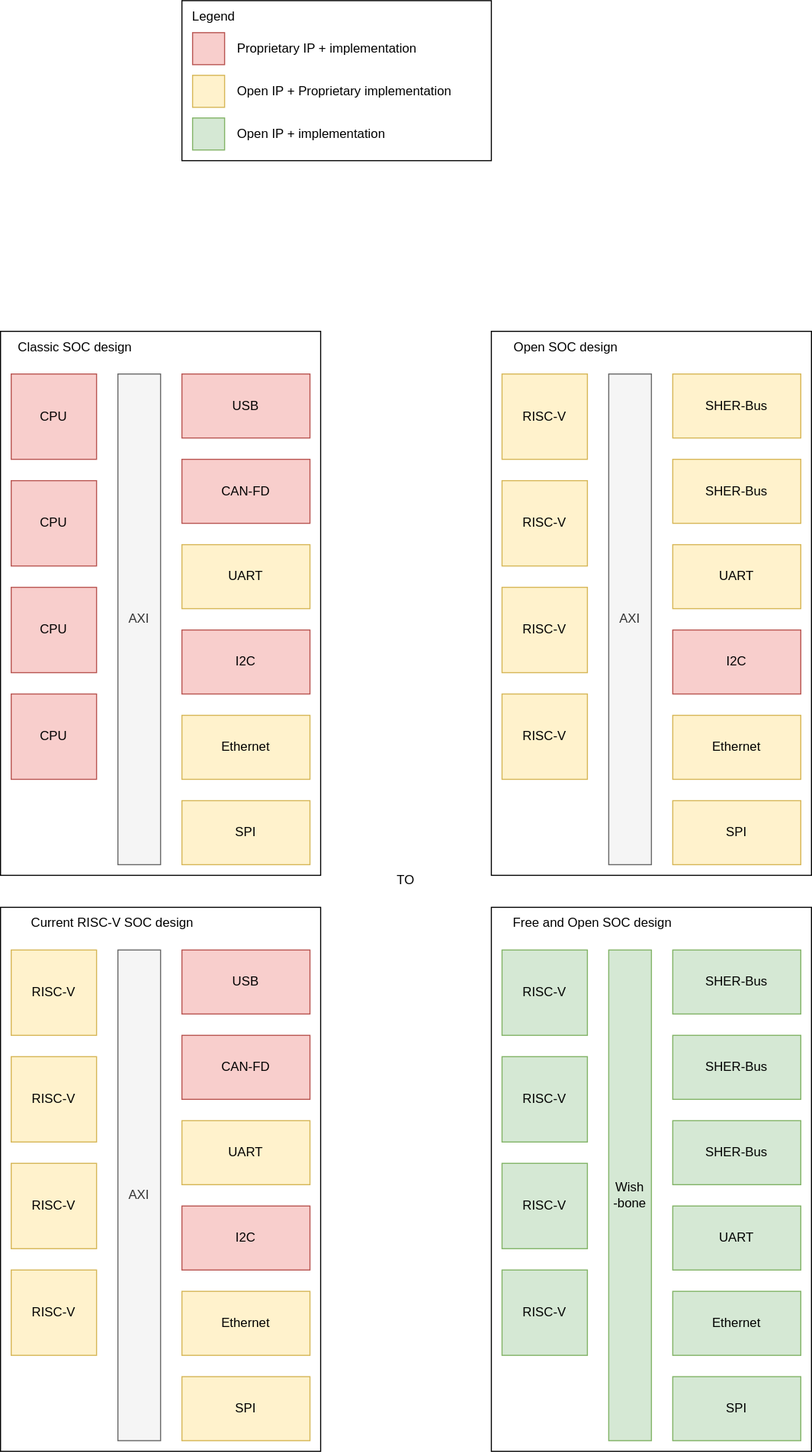
This is SOC.svg from cdg66/BUS_figures, a draw.io export, as it was before one commit. Source tidied: cells renumbered, new cells last; positions are measured from the earlier drawing's top-left corner, leaving out a move shared by most shapes.
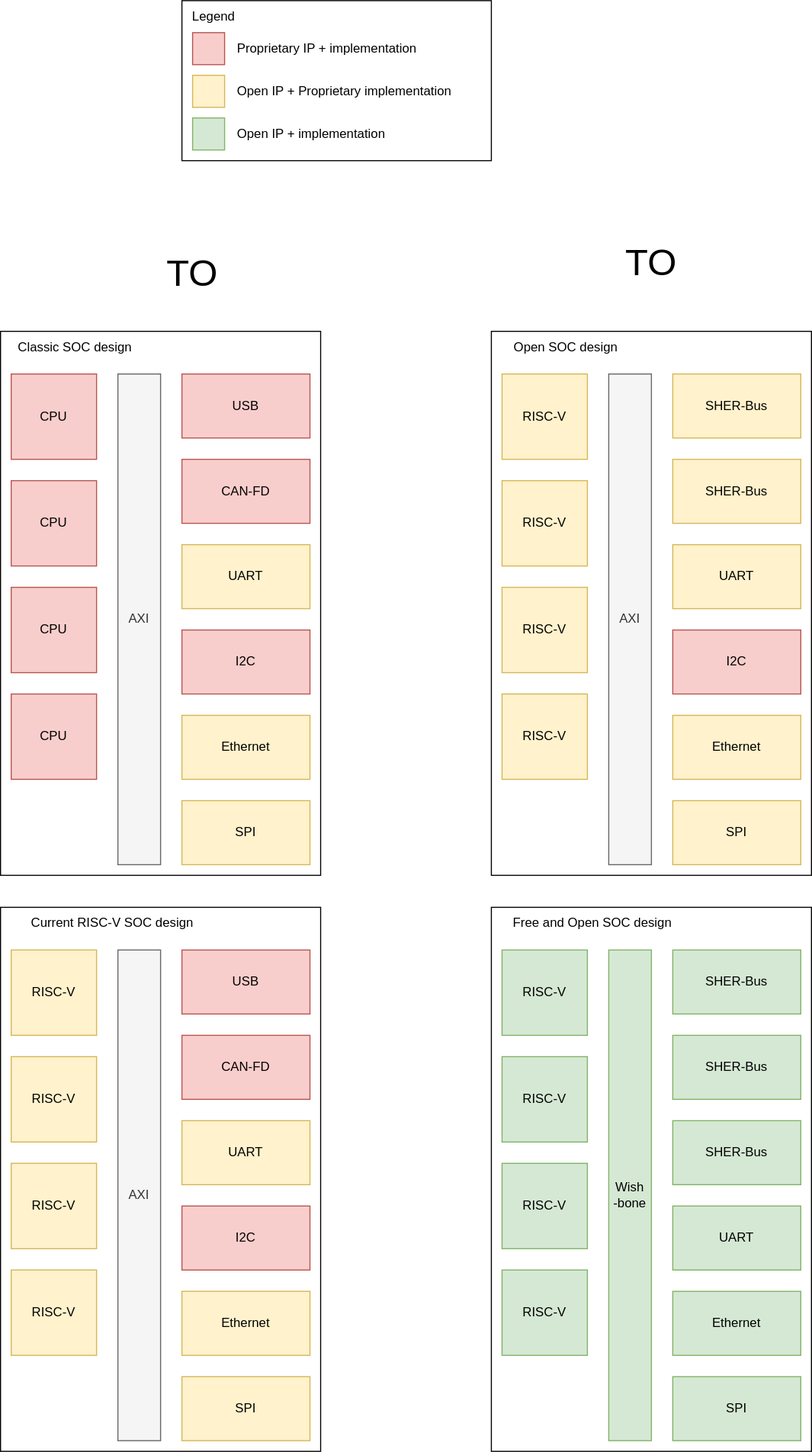
After the commit.

The edit, as a diff of the source:
```diff
@@ -113,8 +113,8 @@
     <mxCell id="38" value="Free and Open SOC design" style="text;html=1;strokeColor=none;fillColor=none;align=center;verticalAlign=middle;whiteSpace=wrap;rounded=0;" parent="1" vertex="1">
       <mxGeometry x="470" y="850" width="170" height="30" as="geometry" />
     </mxCell>
-    <mxCell id="39" value="TO" style="text;html=1;strokeColor=none;fillColor=none;align=center;verticalAlign=middle;whiteSpace=wrap;rounded=0;" parent="1" vertex="1">
-      <mxGeometry x="350" y="810" width="60" height="30" as="geometry" />
+    <mxCell id="39" value="&lt;font style=&quot;font-size: 35px;&quot;&gt;TO&lt;/font&gt;" style="text;html=1;strokeColor=none;fillColor=none;align=center;verticalAlign=middle;whiteSpace=wrap;rounded=0;" parent="1" vertex="1">
+      <mxGeometry x="580" y="230" width="60" height="30" as="geometry" />
     </mxCell>
     <mxCell id="40" value="RISC-V" style="whiteSpace=wrap;html=1;fillColor=#d5e8d4;strokeColor=#82b366;" parent="1" vertex="1">
       <mxGeometry x="470" y="990" width="80" height="80" as="geometry" />
@@ -185,5 +185,8 @@
     <mxCell id="62" value="CAN-FD" style="rounded=0;whiteSpace=wrap;html=1;fillColor=#f8cecc;strokeColor=#b85450;" parent="1" vertex="1">
       <mxGeometry x="170" y="970" width="120" height="60" as="geometry" />
     </mxCell>
+    <mxCell id="63" value="&lt;font style=&quot;font-size: 35px;&quot;&gt;TO&lt;/font&gt;" style="text;html=1;strokeColor=none;fillColor=none;align=center;verticalAlign=middle;whiteSpace=wrap;rounded=0;" parent="1" vertex="1">
+      <mxGeometry x="150" y="240" width="60" height="30" as="geometry" />
+    </mxCell>
   </root>
 </mxGraphModel>
```
